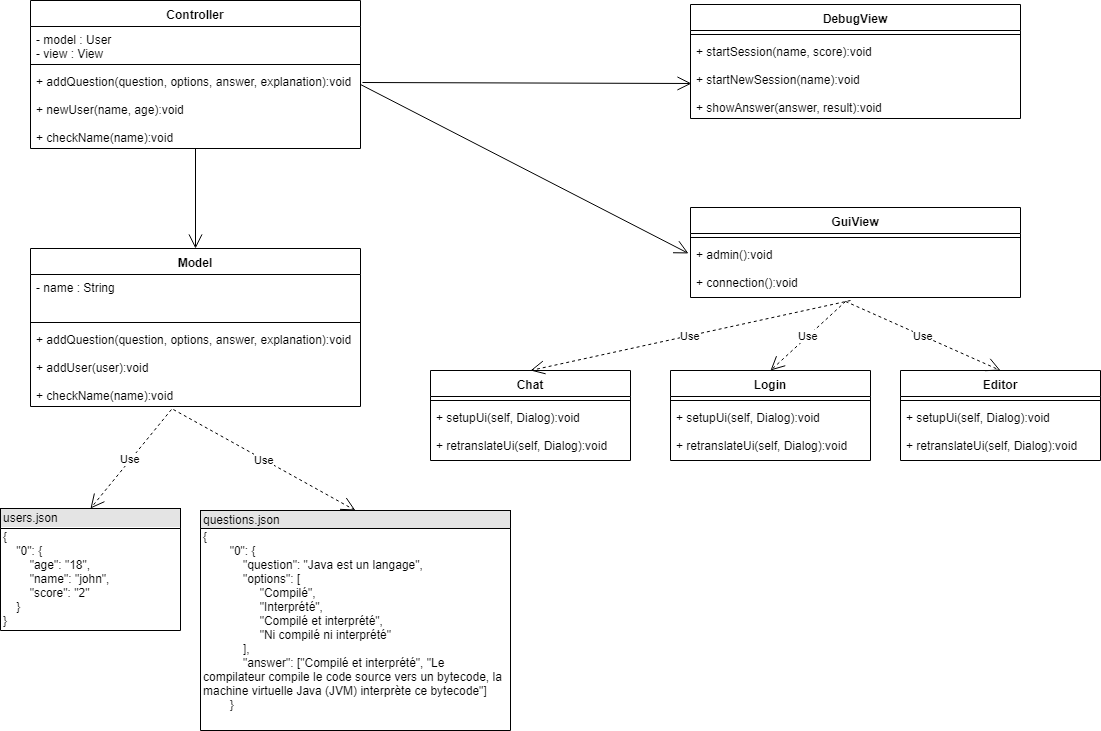
Above: doc/JavaQuiz.png in saadbenda/ChatBot-With-JAVA-Quiz (draw.io), before the change. Source tidied: cells renumbered, new cells last; positions are measured from the earlier drawing's top-left corner, leaving out a move shared by most shapes.
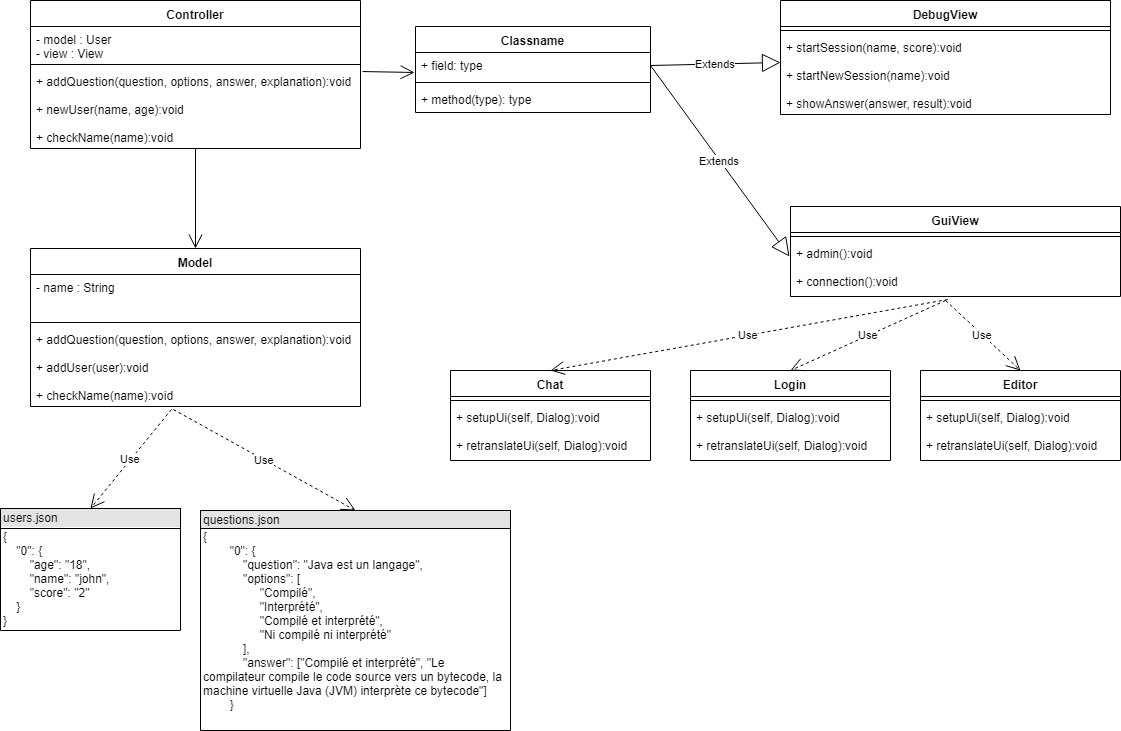
Above is the later version.

Change to the diagram source:
```diff
@@ -27,7 +27,7 @@
       <mxGeometry y="68" width="330" height="80" as="geometry" />
     </mxCell>
     <mxCell id="10" value="DebugView" style="swimlane;fontStyle=1;align=center;verticalAlign=top;horizontal=1;startSize=26;" parent="1" vertex="1">
-      <mxGeometry x="690" y="4" width="330" height="114" as="geometry" />
+      <mxGeometry x="780" width="330" height="114" as="geometry" />
     </mxCell>
     <mxCell id="11" style="line;strokeWidth=1;fillColor=none;align=left;verticalAlign=middle;spacingTop=-1;spacingLeft=3;spacingRight=3;labelPosition=right;" parent="10" vertex="1">
       <mxGeometry y="26" width="330" height="8" as="geometry" />
@@ -36,7 +36,7 @@
       <mxGeometry y="34" width="330" height="80" as="geometry" />
     </mxCell>
     <mxCell id="13" value="GuiView" style="swimlane;fontStyle=1;align=center;verticalAlign=top;horizontal=1;startSize=26;" parent="1" vertex="1">
-      <mxGeometry x="690" y="207" width="330" height="90" as="geometry" />
+      <mxGeometry x="790" y="206" width="330" height="90" as="geometry" />
     </mxCell>
     <mxCell id="14" style="line;strokeWidth=1;fillColor=none;align=left;verticalAlign=middle;spacingTop=-1;spacingLeft=3;spacingRight=3;labelPosition=right;" parent="13" vertex="1">
       <mxGeometry y="26" width="330" height="8" as="geometry" />
@@ -56,14 +56,6 @@
     <mxCell id="19" value="Use" style="endArrow=open;endSize=12;dashed=1;html=1;exitX=0.433;exitY=1.038;exitDx=0;exitDy=0;exitPerimeter=0;entryX=0.5;entryY=0;entryDx=0;entryDy=0;" parent="1" edge="1" source="5" target="17">
       <mxGeometry relative="1" as="geometry" />
     </mxCell>
-    <mxCell id="20" style="endArrow=open;endFill=1;endSize=12;html=1;exitX=1.006;exitY=0.175;exitDx=0;exitDy=0;exitPerimeter=0;" parent="1" edge="1" source="9">
-      <mxGeometry relative="1" as="geometry">
-        <mxPoint x="691" y="83" as="targetPoint" />
-      </mxGeometry>
-    </mxCell>
-    <mxCell id="21" style="endArrow=open;endFill=1;endSize=12;html=1;exitX=1;exitY=0.2;exitDx=0;exitDy=0;exitPerimeter=0;entryX=-0.006;entryY=0.213;entryDx=0;entryDy=0;entryPerimeter=0;" parent="1" edge="1" source="9" target="15">
-      <mxGeometry relative="1" as="geometry" />
-    </mxCell>
     <mxCell id="22" style="endArrow=open;endFill=1;endSize=12;html=1;entryX=0.5;entryY=0;entryDx=0;entryDy=0;" parent="1" edge="1" source="9" target="2">
       <mxGeometry relative="1" as="geometry" />
     </mxCell>
@@ -74,7 +66,7 @@
       <mxGeometry x="200" y="528" width="310" height="202" as="geometry" />
     </mxCell>
     <mxCell id="25" value="Chat" style="swimlane;fontStyle=1;align=center;verticalAlign=top;horizontal=1;startSize=26;" parent="1" vertex="1">
-      <mxGeometry x="430" y="370" width="200" height="90" as="geometry" />
+      <mxGeometry x="450" y="370" width="200" height="90" as="geometry" />
     </mxCell>
     <mxCell id="26" style="line;strokeWidth=1;fillColor=none;align=left;verticalAlign=middle;spacingTop=-1;spacingLeft=3;spacingRight=3;labelPosition=right;" parent="25" vertex="1">
       <mxGeometry y="26" width="200" height="8" as="geometry" />
@@ -83,7 +75,7 @@
       <mxGeometry y="34" width="200" height="56" as="geometry" />
     </mxCell>
     <mxCell id="28" value="Login" style="swimlane;fontStyle=1;align=center;verticalAlign=top;horizontal=1;startSize=26;" parent="1" vertex="1">
-      <mxGeometry x="670" y="370" width="200" height="90" as="geometry" />
+      <mxGeometry x="690" y="370" width="200" height="90" as="geometry" />
     </mxCell>
     <mxCell id="29" style="line;strokeWidth=1;fillColor=none;align=left;verticalAlign=middle;spacingTop=-1;spacingLeft=3;spacingRight=3;labelPosition=right;" parent="28" vertex="1">
       <mxGeometry y="26" width="200" height="8" as="geometry" />
@@ -92,7 +84,7 @@
       <mxGeometry y="34" width="200" height="56" as="geometry" />
     </mxCell>
     <mxCell id="31" value="Editor" style="swimlane;fontStyle=1;align=center;verticalAlign=top;horizontal=1;startSize=26;" parent="1" vertex="1">
-      <mxGeometry x="900" y="370" width="200" height="90" as="geometry" />
+      <mxGeometry x="920" y="370" width="200" height="90" as="geometry" />
     </mxCell>
     <mxCell id="32" style="line;strokeWidth=1;fillColor=none;align=left;verticalAlign=middle;spacingTop=-1;spacingLeft=3;spacingRight=3;labelPosition=right;" parent="31" vertex="1">
       <mxGeometry y="26" width="200" height="8" as="geometry" />
@@ -106,10 +98,31 @@
     <mxCell id="35" value="Use" style="endArrow=open;endSize=12;dashed=1;html=1;exitX=0.47;exitY=1.071;exitDx=0;exitDy=0;exitPerimeter=0;entryX=0.5;entryY=0;entryDx=0;entryDy=0;" parent="1" edge="1" source="15" target="28">
       <mxGeometry relative="1" as="geometry" />
     </mxCell>
-    <mxCell id="36" value="Use" style="endArrow=open;endSize=12;dashed=1;html=1;entryX=0.5;entryY=0;entryDx=0;entryDy=0;" parent="1" edge="1" target="25">
-      <mxGeometry relative="1" as="geometry">
-        <mxPoint x="850" y="300" as="sourcePoint" />
-      </mxGeometry>
+    <mxCell id="36" value="Use" style="endArrow=open;endSize=12;dashed=1;html=1;entryX=0.5;entryY=0;entryDx=0;entryDy=0;exitX=0.476;exitY=1.054;exitDx=0;exitDy=0;exitPerimeter=0;" parent="1" edge="1" source="15" target="25">
+      <mxGeometry relative="1" as="geometry" />
     </mxCell>
+    <mxCell id="37" value="Classname" style="swimlane;fontStyle=1;align=center;verticalAlign=top;horizontal=1;startSize=26;" parent="1" vertex="1">
+      <mxGeometry x="415" y="26" width="235" height="86" as="geometry" />
+    </mxCell>
+    <mxCell id="38" value="+ field: type" style="text;strokeColor=none;fillColor=none;align=left;verticalAlign=top;spacingLeft=4;spacingRight=4;overflow=hidden;points=[[0,0.5],[1,0.5]];portConstraint=eastwest;" parent="37" vertex="1">
+      <mxGeometry y="26" width="235" height="26" as="geometry" />
+    </mxCell>
+    <mxCell id="39" style="line;strokeWidth=1;fillColor=none;align=left;verticalAlign=middle;spacingTop=-1;spacingLeft=3;spacingRight=3;labelPosition=right;" parent="37" vertex="1">
+      <mxGeometry y="52" width="235" height="8" as="geometry" />
+    </mxCell>
+    <mxCell id="40" value="+ method(type): type" style="text;strokeColor=none;fillColor=none;align=left;verticalAlign=top;spacingLeft=4;spacingRight=4;overflow=hidden;" parent="37" vertex="1">
+      <mxGeometry y="60" width="235" height="26" as="geometry" />
+    </mxCell>
+    <mxCell id="41" value="Extends" style="endArrow=block;endSize=16;endFill=0;html=1;entryX=-0.003;entryY=0.286;entryDx=0;entryDy=0;entryPerimeter=0;exitX=1;exitY=0.5;exitDx=0;exitDy=0;" parent="1" edge="1" source="38" target="15">
+      <mxGeometry relative="1" as="geometry" />
+    </mxCell>
+    <mxCell id="42" value="Extends" style="endArrow=block;endSize=16;endFill=0;html=1;exitX=1;exitY=0.5;exitDx=0;exitDy=0;" parent="1" edge="1" source="38">
+      <mxGeometry relative="1" as="geometry">
+        <mxPoint x="780" y="62" as="targetPoint" />
+      </mxGeometry>
+    </mxCell>
+    <mxCell id="43" style="endArrow=open;endFill=1;endSize=12;html=1;entryX=-0.004;entryY=0.769;entryDx=0;entryDy=0;exitX=1.006;exitY=0.038;exitDx=0;exitDy=0;exitPerimeter=0;entryPerimeter=0;" parent="1" edge="1" source="9" target="38">
+      <mxGeometry relative="1" as="geometry" />
+    </mxCell>
   </root>
 </mxGraphModel>
```
